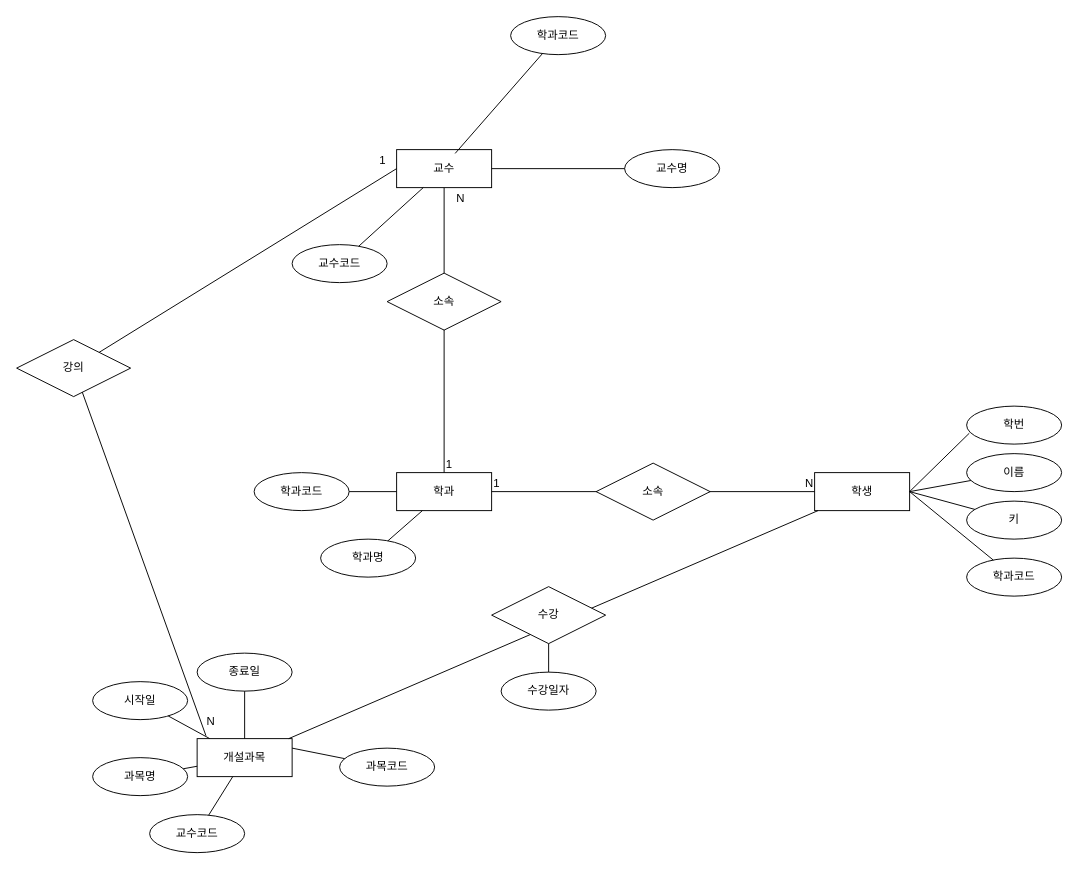
Earlier version of the draw.io diagram page "학사관리ERD" (3 of 4) of erd/hanbit.drawio (yunkiseon/database). Source tidied: cells renumbered, new cells numbered last; positions are measured from the earlier drawing's top-left corner, leaving out a move shared by most shapes. Both pictures are drawn from the tidied source at 95%, with x=0, y=0 at pixel (16, 16).
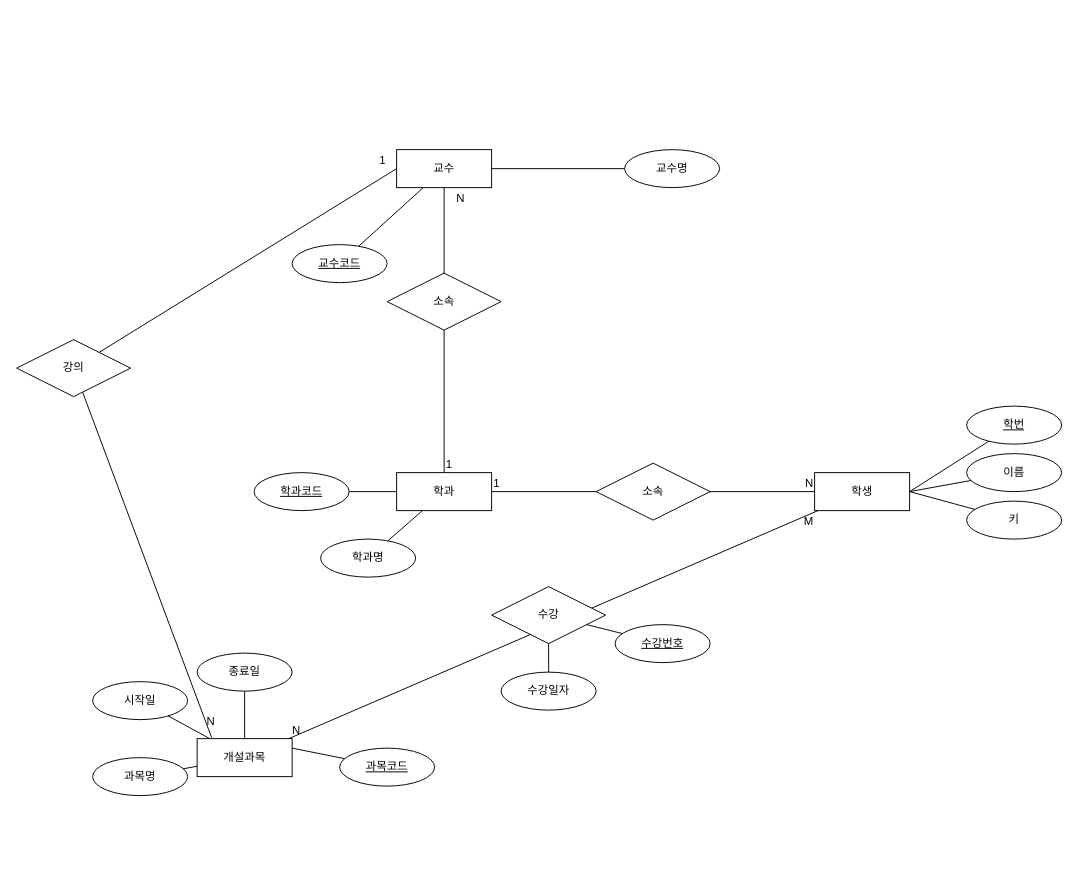
The same diagram, later.

Unchanged cells that the change refers to:
```xml
<mxCell id="2" value="학과" style="whiteSpace=wrap;html=1;align=center;" parent="1" vertex="1">
  <mxGeometry x="400" y="480" width="100" height="40" as="geometry" />
</mxCell>
<mxCell id="3" value="학생" style="whiteSpace=wrap;html=1;align=center;" parent="1" vertex="1">
  <mxGeometry x="840" y="480" width="100" height="40" as="geometry" />
</mxCell>
<mxCell id="15" value="개설과목" style="whiteSpace=wrap;html=1;align=center;" parent="1" vertex="1">
  <mxGeometry x="190" y="760" width="100" height="40" as="geometry" />
</mxCell>
<mxCell id="24" value="수강" style="shape=rhombus;perimeter=rhombusPerimeter;whiteSpace=wrap;html=1;align=center;" parent="1" vertex="1">
  <mxGeometry x="500" y="600" width="120" height="60" as="geometry" />
</mxCell>
<mxCell id="33" style="endArrow=none;html=1;rounded=0;entryX=1;entryY=0.5;entryDx=0;entryDy=0;exitX=0;exitY=0.5;exitDx=0;exitDy=0;" parent="32" edge="1" source="3" target="2">
  <mxGeometry relative="1" as="geometry" />
</mxCell>
<mxCell id="39" style="endArrow=none;html=1;rounded=0;" parent="1" edge="1" source="2" target="45">
  <mxGeometry relative="1" as="geometry" />
</mxCell>
<mxCell id="45" value="교수" style="whiteSpace=wrap;html=1;align=center;" parent="1" vertex="1">
  <mxGeometry x="400" y="140" width="100" height="40" as="geometry" />
</mxCell>
```

What changed in the source:
```diff
@@
-    <mxCell id="5" value="학번" style="ellipse;whiteSpace=wrap;html=1;align=center;" parent="1" vertex="1">
-      <mxGeometry x="1000" y="410" width="100" height="40" as="geometry" />
-    </mxCell>
@@
-    <mxCell id="7" value="학과코드" style="ellipse;whiteSpace=wrap;html=1;align=center;" parent="1" vertex="1">
-      <mxGeometry x="1000" y="570" width="100" height="40" as="geometry" />
-    </mxCell>
-    <mxCell id="8" value="학과코드" style="ellipse;whiteSpace=wrap;html=1;align=center;" parent="1" vertex="1">
-      <mxGeometry x="250" y="480" width="100" height="40" as="geometry" />
-    </mxCell>
@@
-    <mxCell id="10" value="교수코드" style="ellipse;whiteSpace=wrap;html=1;align=center;" parent="1" vertex="1">
-      <mxGeometry x="140" y="840" width="100" height="40" as="geometry" />
-    </mxCell>
@@
-    <mxCell id="14" value="과목코드" style="ellipse;whiteSpace=wrap;html=1;align=center;" parent="1" vertex="1">
-      <mxGeometry x="340" y="770" width="100" height="40" as="geometry" />
-    </mxCell>
@@
-    <mxCell id="17" style="endArrow=none;html=1;rounded=0;entryX=0.028;entryY=0.713;entryDx=0;entryDy=0;entryPerimeter=0;exitX=1;exitY=0.5;exitDx=0;exitDy=0;" parent="1" edge="1" source="3" target="5">
-      <mxGeometry relative="1" as="geometry" />
+    <mxCell id="17" style="endArrow=none;html=1;rounded=0;exitX=1;exitY=0.5;exitDx=0;exitDy=0;" parent="1" edge="1" source="3">
+      <mxGeometry relative="1" as="geometry">
+        <mxPoint x="1023.4" y="446.9" as="targetPoint" />
+      </mxGeometry>
     </mxCell>
@@
-    <mxCell id="20" style="endArrow=none;html=1;rounded=0;" parent="1" edge="1" target="7">
-      <mxGeometry relative="1" as="geometry">
-        <mxPoint x="940" y="500" as="sourcePoint" />
-      </mxGeometry>
-    </mxCell>
-    <mxCell id="21" style="endArrow=none;html=1;rounded=0;" parent="1" edge="1" source="2" target="8">
-      <mxGeometry relative="1" as="geometry" />
+    <mxCell id="21" style="endArrow=none;html=1;rounded=0;" parent="1" edge="1" source="2">
+      <mxGeometry relative="1" as="geometry">
+        <mxPoint x="350" y="500" as="targetPoint" />
+      </mxGeometry>
     </mxCell>
@@
-    <mxCell id="26" style="endArrow=none;html=1;rounded=0;exitX=1;exitY=0.25;exitDx=0;exitDy=0;" parent="1" edge="1" source="15" target="14">
-      <mxGeometry relative="1" as="geometry" />
+    <mxCell id="26" style="endArrow=none;html=1;rounded=0;exitX=1;exitY=0.25;exitDx=0;exitDy=0;" parent="1" edge="1" source="15">
+      <mxGeometry relative="1" as="geometry">
+        <mxPoint x="345.3" y="781.1" as="targetPoint" />
+      </mxGeometry>
     </mxCell>
-    <mxCell id="27" style="endArrow=none;html=1;rounded=0;" parent="1" edge="1" source="15" target="10">
-      <mxGeometry relative="1" as="geometry" />
-    </mxCell>
@@
+    <mxCell id="53" value="M" style="html=1;whiteSpace=wrap;align=right;verticalAlign=bottom;" parent="33" vertex="1">
+      <mxGeometry x="1" relative="1" as="geometry">
+        <mxPoint x="340" y="40" as="offset" />
+      </mxGeometry>
+    </mxCell>
@@
+    <mxCell id="54" value="N" style="html=1;whiteSpace=wrap;align=right;verticalAlign=bottom;" parent="39" vertex="1">
+      <mxGeometry x="1" relative="1" as="geometry">
+        <mxPoint x="-150" y="580" as="offset" />
+      </mxGeometry>
+    </mxCell>
@@
-    <mxCell id="44" value="교수코드" style="ellipse;whiteSpace=wrap;html=1;align=center;" parent="1" vertex="1">
-      <mxGeometry x="290" y="240" width="100" height="40" as="geometry" />
-    </mxCell>
@@
-    <mxCell id="47" value="학과코드" style="ellipse;whiteSpace=wrap;html=1;align=center;" parent="1" vertex="1">
-      <mxGeometry x="520" width="100" height="40" as="geometry" />
-    </mxCell>
@@
-    <mxCell id="49" style="endArrow=none;html=1;rounded=0;" parent="1" edge="1" source="45" target="44">
-      <mxGeometry relative="1" as="geometry" />
+    <mxCell id="49" style="endArrow=none;html=1;rounded=0;" parent="1" edge="1" source="45">
+      <mxGeometry relative="1" as="geometry">
+        <mxPoint x="360.1" y="241.7" as="targetPoint" />
+      </mxGeometry>
     </mxCell>
-    <mxCell id="50" style="endArrow=none;html=1;rounded=0;exitX=0.616;exitY=0.1;exitDx=0;exitDy=0;exitPerimeter=0;" parent="1" edge="1" source="45" target="47">
-      <mxGeometry relative="1" as="geometry" />
-    </mxCell>
-    <mxCell id="51" style="endArrow=none;html=1;rounded=0;exitX=0;exitY=0.5;exitDx=0;exitDy=0;entryX=0.093;entryY=-0.076;entryDx=0;entryDy=0;entryPerimeter=0;" parent="1" edge="1" source="45" target="15">
+    <mxCell id="51" style="endArrow=none;html=1;rounded=0;exitX=0;exitY=0.5;exitDx=0;exitDy=0;entryX=0.153;entryY=-0.025;entryDx=0;entryDy=0;entryPerimeter=0;" parent="1" edge="1" source="45" target="15">
       <mxGeometry relative="1" as="geometry">
         <Array as="points">
           <mxPoint x="60" y="370" />
         </Array>
       </mxGeometry>
     </mxCell>
@@
+    <mxCell id="5" value="학번" style="ellipse;whiteSpace=wrap;html=1;align=center;fontStyle=4;" parent="1" vertex="1">
+      <mxGeometry x="1000" y="410" width="100" height="40" as="geometry" />
+    </mxCell>
+    <mxCell id="55" value="교수코드" style="ellipse;whiteSpace=wrap;html=1;align=center;fontStyle=4;" parent="1" vertex="1">
+      <mxGeometry x="290" y="240" width="100" height="40" as="geometry" />
+    </mxCell>
+    <mxCell id="56" value="학과코드" style="ellipse;whiteSpace=wrap;html=1;align=center;fontStyle=4;" parent="1" vertex="1">
+      <mxGeometry x="250" y="480" width="100" height="40" as="geometry" />
+    </mxCell>
+    <mxCell id="14" value="과목코드" style="ellipse;whiteSpace=wrap;html=1;align=center;fontStyle=4;" parent="1" vertex="1">
+      <mxGeometry x="340" y="770" width="100" height="40" as="geometry" />
+    </mxCell>
+    <mxCell id="57" value="수강번호" style="ellipse;whiteSpace=wrap;html=1;align=center;fontStyle=4;" parent="1" vertex="1">
+      <mxGeometry x="630" y="640" width="100" height="40" as="geometry" />
+    </mxCell>
+    <mxCell id="58" style="endArrow=none;html=1;rounded=0;" parent="1" edge="1" source="24" target="57">
+      <mxGeometry relative="1" as="geometry" />
+    </mxCell>
```
